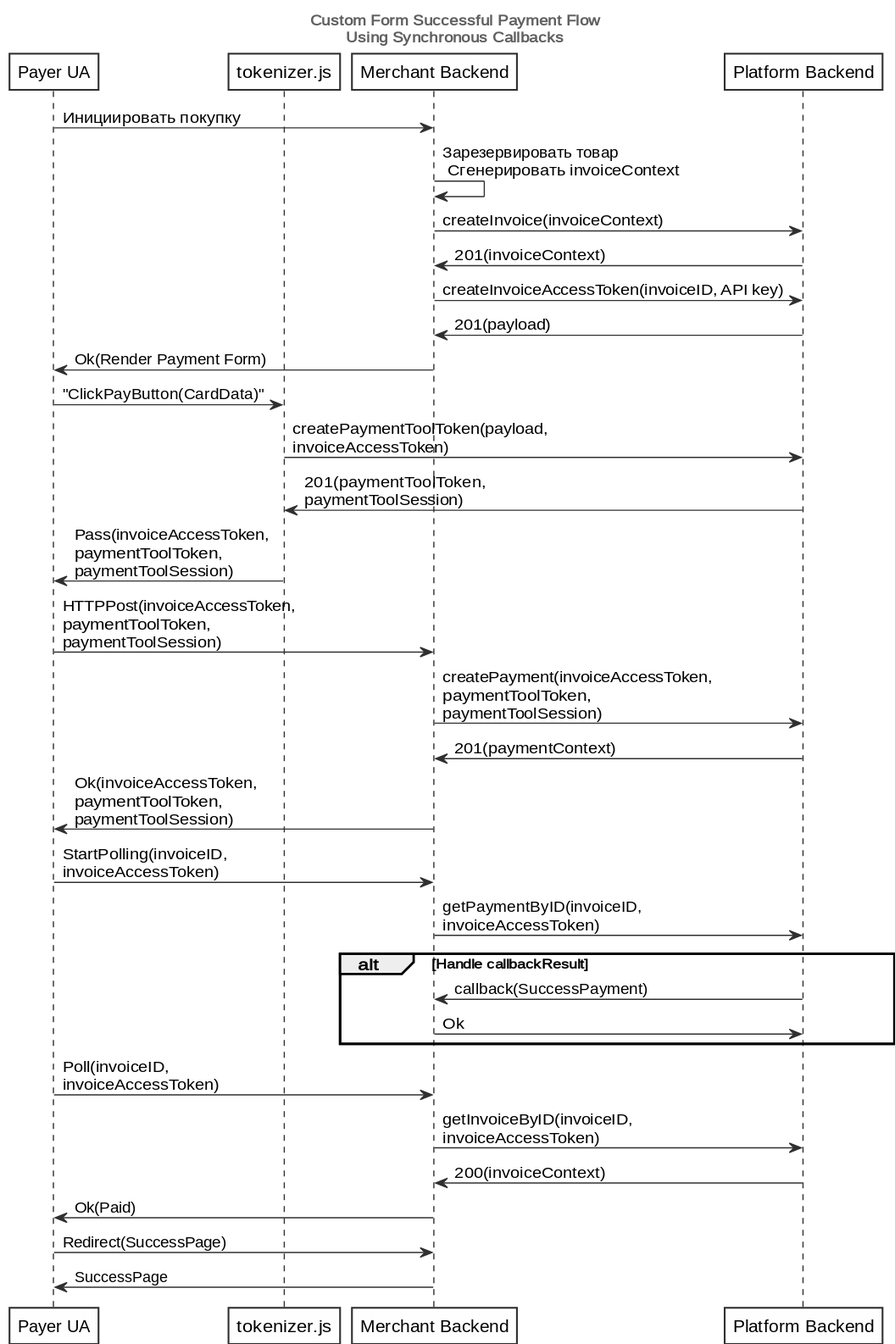
Earlier version of the PlantUML export content/wsd/custom_form_w_cb.svg (rbkmoney/docs). Its source is kept beside it as content/wsd/custom_form_w_cb.wsd.
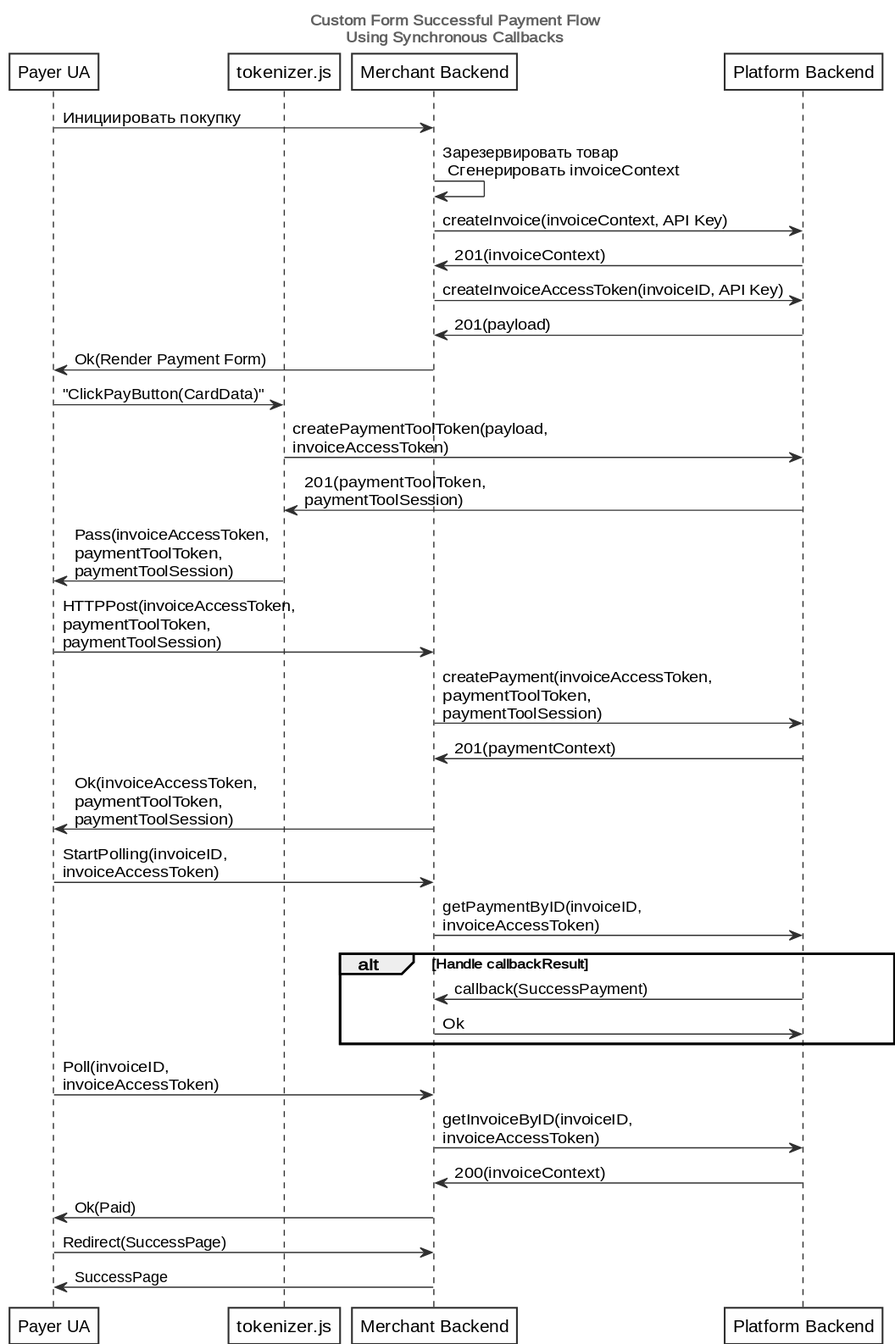
Later version of the same file.

What changed in the source:
```diff
@@ -14,10 +14,10 @@
 
 MBE -> MBE:  Зарезервировать товар \n Сгенерировать invoiceContext
 
-MBE -> PBE: createInvoice(invoiceContext)
+MBE -> PBE: createInvoice(invoiceContext, API Key)
 PBE -> MBE: 201(invoiceContext)
 
-MBE -> PBE: createInvoiceAccessToken(invoiceID, API key)
+MBE -> PBE: createInvoiceAccessToken(invoiceID, API Key)
 PBE -> MBE: 201(payload)
 
 
```
